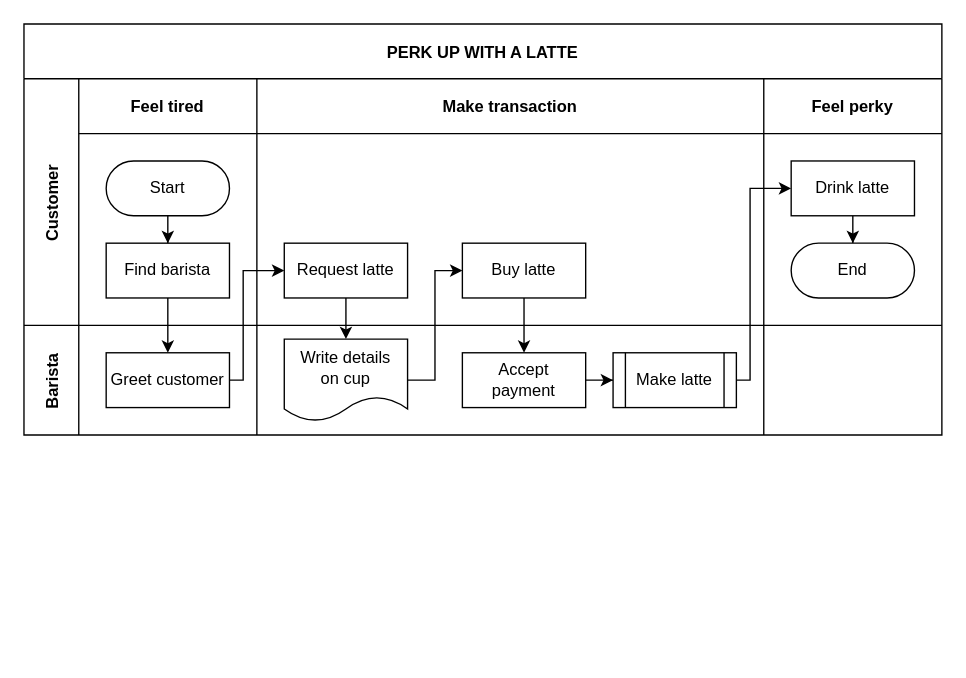
This is cross functional diagram for business process.drawio from julieeesy/Requirement-Analysis-and-Solution-Design, a draw.io file, before an edit. Source tidied: cells renumbered, new cells numbered last; positions are measured from the earlier drawing's top-left corner, leaving out a move shared by most shapes. Both pictures are drawn from the tidied source at 137%, with x=0, y=0 at pixel (23, 23).
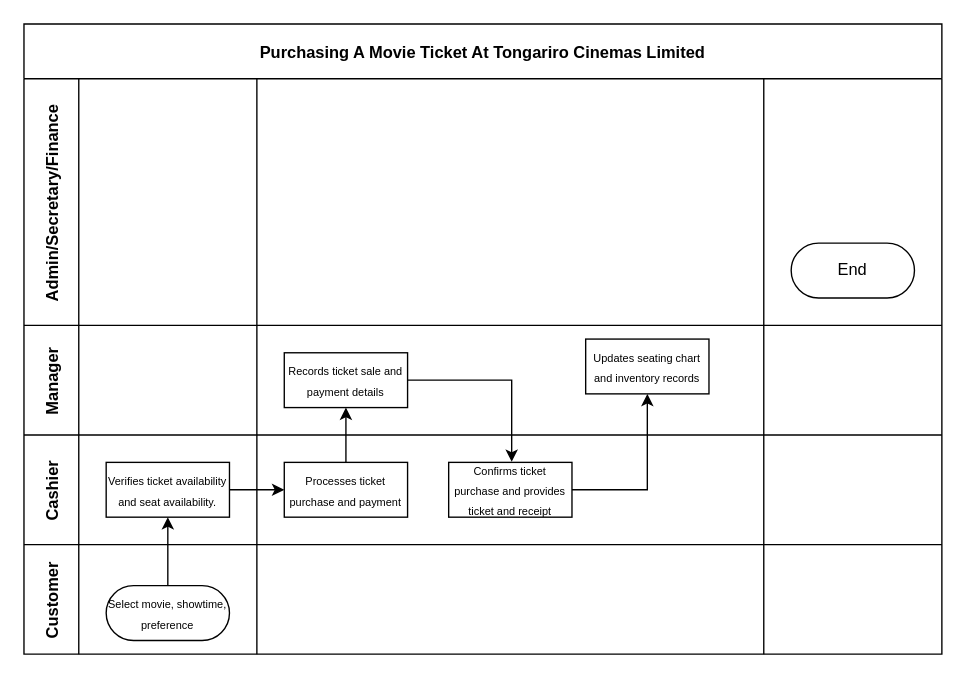
Above is the later version.

Unchanged cells that the change refers to:
```xml
<mxCell id="15" value="End" style="rounded=1;whiteSpace=wrap;html=1;arcSize=50;" parent="12" vertex="1">
  <mxGeometry x="20" y="120" width="90" height="40" as="geometry" />
</mxCell>
<mxCell id="17" style="swimlane;swimlaneHead=0;swimlaneBody=0;fillColor=none;startSize=0;fontStyle=1;" parent="16" vertex="1">
  <mxGeometry x="40" width="130" height="80" as="geometry" />
</mxCell>
```

Diff of the diagram source:
```diff
@@
-    <mxCell id="2" value="PERK UP WITH A LATTE" style="shape=table;childLayout=tableLayout;startSize=40;fillColor=none;fontStyle=1;" parent="1" vertex="1">
-      <mxGeometry width="670" height="300" as="geometry" />
+    <mxCell id="2" value="Purchasing A Movie Ticket At Tongariro Cinemas Limited" style="shape=table;childLayout=tableLayout;startSize=40;fillColor=none;fontStyle=1;" parent="1" vertex="1">
+      <mxGeometry width="670" height="460" as="geometry" />
     </mxCell>
-    <mxCell id="3" style="edgeStyle=orthogonalEdgeStyle;rounded=0;jettySize=auto;html=1;" parent="2" edge="1" source="8" target="18">
-      <mxGeometry relative="1" as="geometry" />
-    </mxCell>
-    <mxCell id="4" value="Customer" style="shape=tableRow;horizontal=0;swimlaneHead=0;swimlaneBody=0;top=0;left=0;bottom=0;right=0;fillColor=none;startSize=40;fontStyle=1;" parent="2" vertex="1">
+    <mxCell id="4" value="Admin/Secretary/Finance" style="shape=tableRow;horizontal=0;swimlaneHead=0;swimlaneBody=0;top=0;left=0;bottom=0;right=0;fillColor=none;startSize=40;fontStyle=1;" parent="2" vertex="1">
       <mxGeometry y="40" width="670" height="180" as="geometry" />
     </mxCell>
-    <mxCell id="5" value="Feel tired" style="swimlane;swimlaneHead=0;swimlaneBody=0;fillColor=none;startSize=40;fontStyle=1;" parent="4" vertex="1">
+    <mxCell id="5" style="swimlane;swimlaneHead=0;swimlaneBody=0;fillColor=none;startSize=0;fontStyle=1;" parent="4" vertex="1">
       <mxGeometry x="40" width="130" height="180" as="geometry" />
     </mxCell>
-    <mxCell id="6" style="edgeStyle=orthogonalEdgeStyle;rounded=0;jettySize=auto;html=1;" parent="5" edge="1" source="7" target="8">
-      <mxGeometry relative="1" as="geometry" />
-    </mxCell>
-    <mxCell id="7" value="Start" style="rounded=1;whiteSpace=wrap;html=1;arcSize=50;" parent="5" vertex="1">
-      <mxGeometry x="20" y="60" width="90" height="40" as="geometry" />
-    </mxCell>
-    <mxCell id="8" value="Find barista" style="rounded=0;whiteSpace=wrap;html=1;" parent="5" vertex="1">
-      <mxGeometry x="20" y="120" width="90" height="40" as="geometry" />
-    </mxCell>
-    <mxCell id="9" value="Make transaction" style="swimlane;swimlaneHead=0;swimlaneBody=0;fillColor=none;startSize=40;fontStyle=1;" parent="4" vertex="1">
+    <mxCell id="9" style="swimlane;swimlaneHead=0;swimlaneBody=0;fillColor=none;startSize=0;fontStyle=1;" parent="4" vertex="1">
       <mxGeometry x="170" width="370" height="180" as="geometry" />
     </mxCell>
-    <mxCell id="10" value="Request latte" style="rounded=0;whiteSpace=wrap;html=1;" parent="9" vertex="1">
-      <mxGeometry x="20" y="120" width="90" height="40" as="geometry" />
-    </mxCell>
-    <mxCell id="11" value="Buy latte" style="rounded=0;whiteSpace=wrap;html=1;" parent="9" vertex="1">
-      <mxGeometry x="150" y="120" width="90" height="40" as="geometry" />
-    </mxCell>
-    <mxCell id="12" value="Feel perky" style="swimlane;swimlaneHead=0;swimlaneBody=0;fillColor=none;startSize=40;fontStyle=1;" parent="4" vertex="1">
+    <mxCell id="12" style="swimlane;swimlaneHead=0;swimlaneBody=0;fillColor=none;startSize=0;fontStyle=1;" parent="4" vertex="1">
       <mxGeometry x="540" width="130" height="180" as="geometry" />
     </mxCell>
-    <mxCell id="13" style="edgeStyle=orthogonalEdgeStyle;rounded=0;jettySize=auto;html=1;" parent="12" edge="1" source="14" target="15">
-      <mxGeometry relative="1" as="geometry" />
-    </mxCell>
-    <mxCell id="14" value="Drink latte" style="rounded=0;whiteSpace=wrap;html=1;" parent="12" vertex="1">
-      <mxGeometry x="20" y="60" width="90" height="40" as="geometry" />
-    </mxCell>
@@
-    <mxCell id="16" value="Barista" style="shape=tableRow;horizontal=0;swimlaneHead=0;swimlaneBody=0;top=0;left=0;bottom=0;right=0;fillColor=none;startSize=40;fontStyle=1;" parent="2" vertex="1">
+    <mxCell id="16" value="Manager" style="shape=tableRow;horizontal=0;swimlaneHead=0;swimlaneBody=0;top=0;left=0;bottom=0;right=0;fillColor=none;startSize=40;fontStyle=1;" parent="2" vertex="1">
       <mxGeometry y="220" width="670" height="80" as="geometry" />
     </mxCell>
@@
+    <mxCell id="19" style="swimlane;swimlaneHead=0;swimlaneBody=0;fillColor=none;startSize=0;fontStyle=1;" parent="16" vertex="1">
+      <mxGeometry x="170" width="370" height="80" as="geometry" />
+    </mxCell>
+    <mxCell id="10" value="&lt;font style=&quot;font-size: 8px;&quot;&gt;Records ticket sale and payment details&lt;/font&gt;" style="rounded=0;whiteSpace=wrap;html=1;" parent="19" vertex="1">
+      <mxGeometry x="20" y="20" width="90" height="40" as="geometry" />
+    </mxCell>
+    <mxCell id="21" value="&lt;font style=&quot;font-size: 8px;&quot;&gt;Updates seating chart and inventory records&lt;/font&gt;" style="rounded=0;whiteSpace=wrap;html=1;" parent="19" vertex="1">
+      <mxGeometry x="240" y="10" width="90" height="40" as="geometry" />
+    </mxCell>
+    <mxCell id="24" style="swimlane;swimlaneHead=0;swimlaneBody=0;fillColor=none;startSize=0;fontStyle=1;" parent="16" vertex="1">
+      <mxGeometry x="540" width="130" height="80" as="geometry" />
+    </mxCell>
+    <mxCell id="30" value="Cashier" style="shape=tableRow;horizontal=0;swimlaneHead=0;swimlaneBody=0;top=0;left=0;bottom=0;right=0;fillColor=none;startSize=40;fontStyle=1;" parent="2" vertex="1">
+      <mxGeometry y="300" width="670" height="80" as="geometry" />
+    </mxCell>
+    <mxCell id="31" style="swimlane;swimlaneHead=0;swimlaneBody=0;fillColor=none;startSize=0;fontStyle=1;" parent="30" vertex="1">
+      <mxGeometry x="40" width="130" height="80" as="geometry" />
+    </mxCell>
+    <mxCell id="8" value="&lt;font style=&quot;font-size: 8px;&quot;&gt;Verifies ticket availability and seat availability.&lt;/font&gt;" style="rounded=0;whiteSpace=wrap;html=1;" parent="31" vertex="1">
+      <mxGeometry x="20" y="20" width="90" height="40" as="geometry" />
+    </mxCell>
+    <mxCell id="32" style="swimlane;swimlaneHead=0;swimlaneBody=0;fillColor=none;startSize=0;fontStyle=1;" parent="30" vertex="1">
+      <mxGeometry x="170" width="370" height="80" as="geometry" />
+    </mxCell>
-    <mxCell id="18" value="Greet customer" style="rounded=0;whiteSpace=wrap;html=1;" parent="17" vertex="1">
+    <mxCell id="18" value="&lt;font style=&quot;font-size: 8px;&quot;&gt;Processes ticket purchase and payment&lt;/font&gt;" style="rounded=0;whiteSpace=wrap;html=1;" parent="32" vertex="1">
       <mxGeometry x="20" y="20" width="90" height="40" as="geometry" />
     </mxCell>
-    <mxCell id="19" style="swimlane;swimlaneHead=0;swimlaneBody=0;fillColor=none;startSize=0;fontStyle=1;" parent="16" vertex="1">
-      <mxGeometry x="170" width="370" height="80" as="geometry" />
-    </mxCell>
-    <mxCell id="20" style="edgeStyle=orthogonalEdgeStyle;rounded=0;jettySize=auto;html=1;" parent="19" edge="1" source="21" target="23">
-      <mxGeometry relative="1" as="geometry" />
-    </mxCell>
-    <mxCell id="21" value="Accept&lt;br&gt;payment" style="rounded=0;whiteSpace=wrap;html=1;" parent="19" vertex="1">
-      <mxGeometry x="150" y="20" width="90" height="40" as="geometry" />
-    </mxCell>
-    <mxCell id="22" value="Write details&lt;br&gt;on cup" style="shape=document;whiteSpace=wrap;html=1;boundedLbl=1;" parent="19" vertex="1">
-      <mxGeometry x="20" y="10" width="90" height="60" as="geometry" />
-    </mxCell>
-    <mxCell id="23" value="Make latte" style="shape=process;whiteSpace=wrap;html=1;backgroundOutline=1;" parent="19" vertex="1">
-      <mxGeometry x="260" y="20" width="90" height="40" as="geometry" />
-    </mxCell>
-    <mxCell id="24" style="swimlane;swimlaneHead=0;swimlaneBody=0;fillColor=none;startSize=0;fontStyle=1;" parent="16" vertex="1">
-      <mxGeometry x="540" width="130" height="80" as="geometry" />
-    </mxCell>
-    <mxCell id="25" style="edgeStyle=orthogonalEdgeStyle;rounded=0;jettySize=auto;html=1;" parent="2" edge="1" source="18" target="10">
-      <mxGeometry relative="1" as="geometry">
-        <Array as="points">
-          <mxPoint x="160" y="260" />
-          <mxPoint x="160" y="180" />
-        </Array>
-      </mxGeometry>
-    </mxCell>
+    <mxCell id="11" value="&lt;font style=&quot;font-size: 8px;&quot;&gt;Confirms ticket purchase and provides ticket and receipt&lt;/font&gt;" style="rounded=0;whiteSpace=wrap;html=1;" parent="32" vertex="1">
+      <mxGeometry x="140" y="20" width="90" height="40" as="geometry" />
+    </mxCell>
+    <mxCell id="33" style="swimlane;swimlaneHead=0;swimlaneBody=0;fillColor=none;startSize=0;fontStyle=1;" parent="30" vertex="1">
+      <mxGeometry x="540" width="130" height="80" as="geometry" />
+    </mxCell>
+    <mxCell id="3" style="edgeStyle=orthogonalEdgeStyle;rounded=0;jettySize=auto;html=1;" parent="30" edge="1" source="8" target="18">
+      <mxGeometry relative="1" as="geometry" />
+    </mxCell>
+    <mxCell id="34" value="Customer" style="shape=tableRow;horizontal=0;swimlaneHead=0;swimlaneBody=0;top=0;left=0;bottom=0;right=0;fillColor=none;startSize=40;fontStyle=1;" parent="2" vertex="1">
+      <mxGeometry y="380" width="670" height="80" as="geometry" />
+    </mxCell>
+    <mxCell id="35" style="swimlane;swimlaneHead=0;swimlaneBody=0;fillColor=none;startSize=0;fontStyle=1;" parent="34" vertex="1">
+      <mxGeometry x="40" width="130" height="80" as="geometry" />
+    </mxCell>
+    <mxCell id="7" value="&lt;font style=&quot;font-size: 8px;&quot;&gt;Select movie, showtime, preference&lt;/font&gt;" style="rounded=1;whiteSpace=wrap;html=1;arcSize=50;" parent="35" vertex="1">
+      <mxGeometry x="20" y="30" width="90" height="40" as="geometry" />
+    </mxCell>
+    <mxCell id="36" style="swimlane;swimlaneHead=0;swimlaneBody=0;fillColor=none;startSize=0;fontStyle=1;" parent="34" vertex="1">
+      <mxGeometry x="170" width="370" height="80" as="geometry" />
+    </mxCell>
+    <mxCell id="37" style="swimlane;swimlaneHead=0;swimlaneBody=0;fillColor=none;startSize=0;fontStyle=1;" parent="34" vertex="1">
+      <mxGeometry x="540" width="130" height="80" as="geometry" />
+    </mxCell>
+    <mxCell id="6" style="edgeStyle=orthogonalEdgeStyle;rounded=0;jettySize=auto;html=1;" parent="2" edge="1" source="7" target="8">
+      <mxGeometry relative="1" as="geometry" />
+    </mxCell>
-    <mxCell id="26" style="edgeStyle=orthogonalEdgeStyle;rounded=0;jettySize=auto;html=1;" parent="2" edge="1" source="10" target="22">
+    <mxCell id="26" style="edgeStyle=orthogonalEdgeStyle;rounded=0;jettySize=auto;html=1;entryX=0.511;entryY=-0.01;entryDx=0;entryDy=0;entryPerimeter=0;" parent="2" edge="1" source="10" target="11">
       <mxGeometry relative="1" as="geometry" />
     </mxCell>
-    <mxCell id="27" style="edgeStyle=orthogonalEdgeStyle;rounded=0;jettySize=auto;html=1;" parent="2" edge="1" source="22" target="11">
-      <mxGeometry relative="1" as="geometry">
-        <Array as="points">
-          <mxPoint x="300" y="260" />
-          <mxPoint x="300" y="180" />
-        </Array>
-      </mxGeometry>
-    </mxCell>
@@
-    <mxCell id="29" style="edgeStyle=orthogonalEdgeStyle;rounded=0;jettySize=auto;html=1;" parent="2" edge="1" source="23" target="14">
-      <mxGeometry relative="1" as="geometry">
-        <Array as="points">
-          <mxPoint x="530" y="260" />
-          <mxPoint x="530" y="120" />
-        </Array>
-      </mxGeometry>
-    </mxCell>
+    <mxCell id="38" style="edgeStyle=orthogonalEdgeStyle;rounded=0;jettySize=auto;html=1;entryX=0.5;entryY=1;entryDx=0;entryDy=0;" parent="1" edge="1" target="10">
+      <mxGeometry relative="1" as="geometry">
+        <mxPoint x="235" y="320" as="sourcePoint" />
+        <Array as="points">
+          <mxPoint x="235" y="290" />
+          <mxPoint x="235" y="290" />
+        </Array>
+      </mxGeometry>
+    </mxCell>
```
